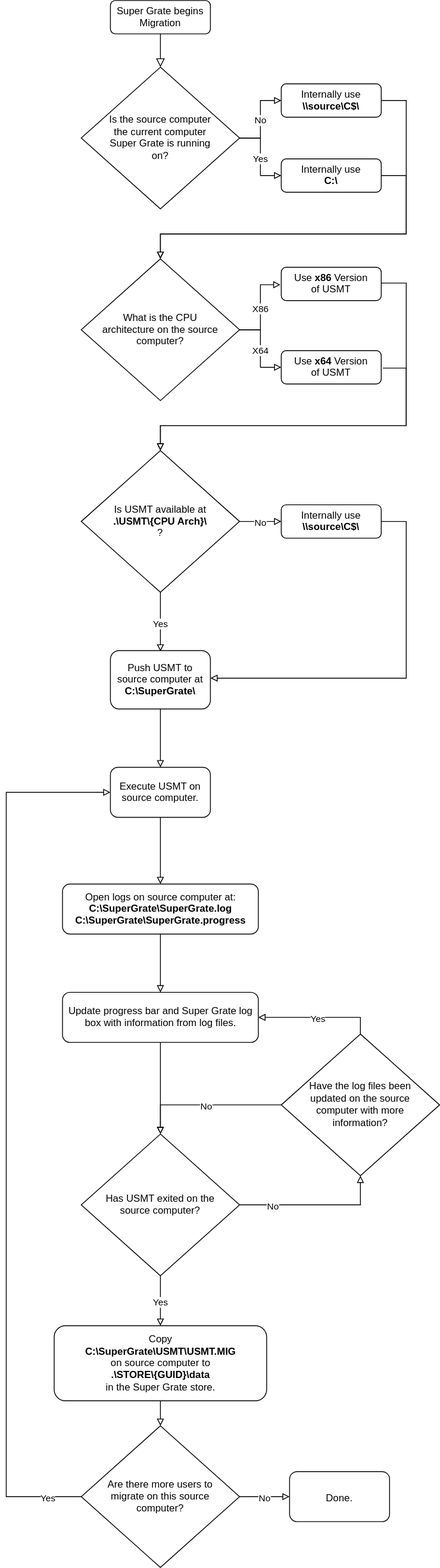
Before: supergrate/Super Grate Migration Process.svg, a diagram exported from draw.io (krisdb2009/documentation). Source tidied: cells renumbered, new cells last; positions are measured from the earlier drawing's top-left corner, leaving out a move shared by most shapes.
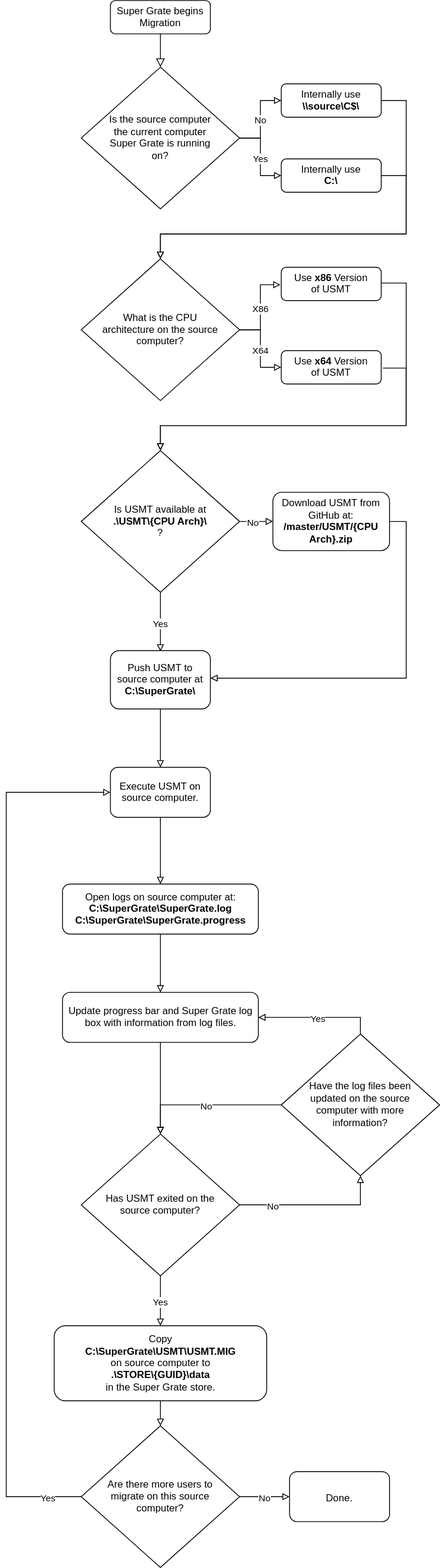
Above is the later version.

Change to the diagram source:
```diff
@@ -81,7 +81,7 @@
       </mxGeometry>
     </mxCell>
     <mxCell id="20" value="No" style="edgeStyle=orthogonalEdgeStyle;rounded=0;jettySize=auto;html=1;entryX=0;entryY=0.5;entryDx=0;entryDy=0;endArrow=block;endFill=0;" parent="1" edge="1" target="22">
-      <mxGeometry relative="1" as="geometry">
+      <mxGeometry x="-0.2" relative="1" as="geometry">
         <mxPoint x="280" y="625" as="sourcePoint" />
       </mxGeometry>
     </mxCell>
@@ -93,8 +93,8 @@
         </Array>
       </mxGeometry>
     </mxCell>
-    <mxCell id="22" value="Internally use &lt;b&gt;\\source\C$\&lt;/b&gt;" style="rounded=1;whiteSpace=wrap;html=1;fontSize=12;glass=0;strokeWidth=1;shadow=0;" parent="1" vertex="1">
-      <mxGeometry x="330" y="605" width="120" height="40" as="geometry" />
+    <mxCell id="22" value="Download USMT from GitHub at:&lt;br&gt;&lt;b&gt;/master/USMT/{CPU Arch}.zip&lt;/b&gt;" style="rounded=1;whiteSpace=wrap;html=1;fontSize=12;glass=0;strokeWidth=1;shadow=0;" parent="1" vertex="1">
+      <mxGeometry x="320" y="590" width="140" height="70" as="geometry" />
     </mxCell>
     <mxCell id="23" style="edgeStyle=orthogonalEdgeStyle;rounded=0;jettySize=auto;html=1;labelBackgroundColor=#ffffff;endArrow=block;endFill=0;fontColor=#000000;" parent="1" edge="1" source="24" target="41">
       <mxGeometry relative="1" as="geometry" />
```
